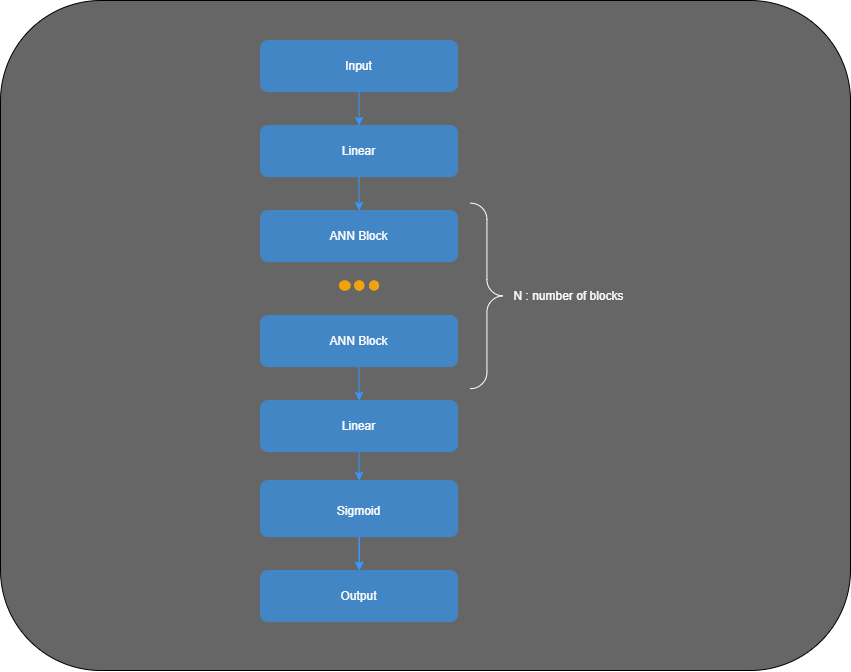
Before: docs/model_arch_ann_direct.png, a diagram exported from draw.io (metamaterials-capstone-su-22/metamaterials_ai). Source tidied: cells renumbered, new cells last; positions are measured from the earlier drawing's top-left corner, leaving out a move shared by most shapes.
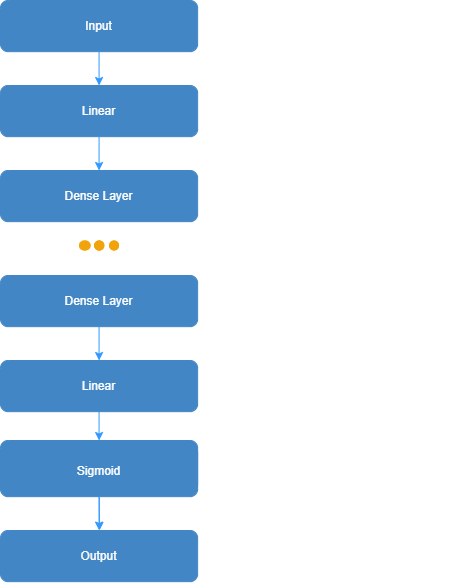
After the change.

Change to the diagram source:
```diff
@@ -1,87 +1,86 @@
 <mxGraphModel>
   <root>
-    <mxCell id="0" />
-    <mxCell id="1" value="Background" parent="0" />
-    <mxCell id="2" style="rounded=1;whiteSpace=wrap;html=1;fontSize=8;fontColor=#FFFFFF;strokeColor=default;fillColor=#666666;" parent="1" vertex="1">
-      <mxGeometry width="850" height="670" as="geometry" />
-    </mxCell>
-    <mxCell id="3" value="model" parent="0" />
-    <mxCell id="4" style="labelPosition=right;align=left;strokeWidth=1;shape=mxgraph.mockup.markup.curlyBrace;html=1;shadow=0;dashed=0;strokeColor=#FFFFFF;direction=north;labelBackgroundColor=none;fontColor=#FFFFFF;fillColor=#FF9933;rotation=-180;" parent="3" vertex="1">
-      <mxGeometry x="470" y="202.7" width="32.9" height="185.5" as="geometry" />
-    </mxCell>
+    <mxCell id="29" />
+    <mxCell id="30" value="Main" parent="29" />
+    <mxCell id="31" style="group;" parent="30" vertex="1">
+      <mxGeometry x="470" y="202.7" width="246.4" height="185.5" as="geometry" />
+    </mxCell>
+    <mxCell id="32" style="labelPosition=right;align=left;strokeWidth=1;shape=mxgraph.mockup.markup.curlyBrace;html=1;shadow=0;dashed=0;strokeColor=#FFFFFF;direction=north;labelBackgroundColor=none;fontColor=#FFFFFF;fillColor=#FF9933;rotation=-180;" parent="31" vertex="1">
+      <mxGeometry x="-8.6" width="32.9" height="185.5" as="geometry" />
+    </mxCell>
-    <mxCell id="5" value="N : number of blocks" style="text;html=1;align=center;verticalAlign=middle;fillColor=none;strokeColor=none;rounded=0;labelBackgroundColor=none;fontColor=#FFFFFF;" parent="3" vertex="1">
-      <mxGeometry x="502.9" y="285.8" width="130" height="20" as="geometry" />
+    <mxCell id="5" value="N : number of blocks" style="text;html=1;align=center;verticalAlign=middle;fillColor=none;strokeColor=none;rounded=0;labelBackgroundColor=none;fontColor=#FFFFFF;" parent="31" vertex="1">
+      <mxGeometry x="24.3" y="83.1" width="130" height="20" as="geometry" />
     </mxCell>
-    <mxCell id="6" value="Input" style="rounded=1;whiteSpace=wrap;html=1;labelBackgroundColor=none;fontColor=#FFFFFF;strokeColor=#4286C5;fillColor=#4286C5;" parent="3" vertex="1">
+    <mxCell id="6" value="Input" style="rounded=1;whiteSpace=wrap;html=1;labelBackgroundColor=none;fontColor=#FFFFFF;strokeColor=#4286C5;fillColor=#4286C5;" parent="30" vertex="1">
       <mxGeometry x="260" y="40" width="197.1" height="51.2" as="geometry" />
     </mxCell>
-    <mxCell id="7" value="Linear" style="rounded=1;whiteSpace=wrap;html=1;labelBackgroundColor=none;fontColor=#FFFFFF;strokeColor=#4286C5;fillColor=#4286C5;" parent="3" vertex="1">
-      <mxGeometry x="260" y="125" width="197.1" height="51.2" as="geometry" />
-    </mxCell>
-    <mxCell id="8" style="edgeStyle=none;html=1;labelBackgroundColor=none;fontColor=#FFFFFF;startArrow=none;startFill=0;endArrow=classic;endFill=1;strokeColor=#3399FF;" parent="3" edge="1" source="6" target="7">
-      <mxGeometry relative="1" as="geometry" />
-    </mxCell>
-    <mxCell id="9" value="ANN Block" style="rounded=1;whiteSpace=wrap;html=1;labelBackgroundColor=none;fontColor=#FFFFFF;strokeColor=#4286C5;fillColor=#4286C5;" parent="3" vertex="1">
-      <mxGeometry x="260" y="210" width="197.1" height="51.2" as="geometry" />
-    </mxCell>
-    <mxCell id="10" style="edgeStyle=none;html=1;labelBackgroundColor=none;fontColor=#FFFFFF;startArrow=none;startFill=0;endArrow=classic;endFill=1;strokeColor=#3399FF;" parent="3" edge="1" source="7" target="9">
-      <mxGeometry relative="1" as="geometry" />
-    </mxCell>
-    <mxCell id="11" value="Sigmoid" style="rounded=1;whiteSpace=wrap;html=1;labelBackgroundColor=none;fontColor=#FFFFFF;strokeColor=#4286C5;fillColor=#4286C5;" parent="3" vertex="1">
-      <mxGeometry x="260" y="480" width="197.1" height="51.2" as="geometry" />
-    </mxCell>
-    <mxCell id="12" style="edgeStyle=none;html=1;labelBackgroundColor=none;fontColor=#FFFFFF;startArrow=none;startFill=0;endArrow=classic;endFill=1;strokeColor=#3399FF;" parent="3" edge="1" source="11">
-      <mxGeometry relative="1" as="geometry">
-        <mxPoint x="358.6" y="569.5" as="targetPoint" />
-      </mxGeometry>
-    </mxCell>
-    <mxCell id="13" style="edgeStyle=none;html=1;strokeColor=#3399FF;" parent="3" edge="1" source="14" target="11">
-      <mxGeometry relative="1" as="geometry" />
-    </mxCell>
-    <mxCell id="14" value="Linear" style="rounded=1;whiteSpace=wrap;html=1;labelBackgroundColor=none;fontColor=#FFFFFF;strokeColor=#4286C5;fillColor=#4286C5;" parent="3" vertex="1">
-      <mxGeometry x="260" y="400" width="197.1" height="51.2" as="geometry" />
-    </mxCell>
-    <mxCell id="15" style="edgeStyle=none;html=1;strokeColor=#3399FF;" parent="3" edge="1" source="16" target="14">
-      <mxGeometry relative="1" as="geometry" />
-    </mxCell>
-    <mxCell id="16" value="ANN Block" style="rounded=1;whiteSpace=wrap;html=1;labelBackgroundColor=none;fontColor=#FFFFFF;strokeColor=#4286C5;fillColor=#4286C5;" parent="3" vertex="1">
-      <mxGeometry x="260" y="315" width="197.1" height="51.2" as="geometry" />
-    </mxCell>
-    <mxCell id="17" value="Sigmoid" style="rounded=1;whiteSpace=wrap;html=1;labelBackgroundColor=none;fontColor=#FFFFFF;strokeColor=#4286C5;fillColor=#4286C5;" parent="3" vertex="1">
-      <mxGeometry x="260" y="485" width="197.1" height="51.2" as="geometry" />
-    </mxCell>
+    <mxCell id="33" value="Linear" style="rounded=1;whiteSpace=wrap;html=1;labelBackgroundColor=none;fontColor=#FFFFFF;strokeColor=#4286C5;fillColor=#4286C5;" parent="30" vertex="1">
+      <mxGeometry x="260" y="125" width="197.1" height="51.2" as="geometry" />
+    </mxCell>
+    <mxCell id="34" style="edgeStyle=none;html=1;labelBackgroundColor=none;fontColor=#FFFFFF;startArrow=none;startFill=0;endArrow=classic;endFill=1;strokeColor=#3399FF;" parent="30" edge="1" source="6" target="33">
+      <mxGeometry relative="1" as="geometry" />
+    </mxCell>
+    <mxCell id="35" value="Dense Layer" style="rounded=1;whiteSpace=wrap;html=1;labelBackgroundColor=none;fontColor=#FFFFFF;strokeColor=#4286C5;fillColor=#4286C5;" parent="30" vertex="1">
+      <mxGeometry x="260" y="210" width="197.1" height="51.2" as="geometry" />
+    </mxCell>
+    <mxCell id="36" style="edgeStyle=none;html=1;labelBackgroundColor=none;fontColor=#FFFFFF;startArrow=none;startFill=0;endArrow=classic;endFill=1;strokeColor=#3399FF;" parent="30" edge="1" source="33" target="35">
+      <mxGeometry relative="1" as="geometry" />
+    </mxCell>
+    <mxCell id="37" value="Sigmoid" style="rounded=1;whiteSpace=wrap;html=1;labelBackgroundColor=none;fontColor=#FFFFFF;strokeColor=#4286C5;fillColor=#4286C5;" parent="30" vertex="1">
+      <mxGeometry x="260" y="480" width="197.1" height="51.2" as="geometry" />
+    </mxCell>
+    <mxCell id="38" style="edgeStyle=none;html=1;labelBackgroundColor=none;fontColor=#FFFFFF;startArrow=none;startFill=0;endArrow=classic;endFill=1;strokeColor=#3399FF;" parent="30" edge="1" source="37">
+      <mxGeometry relative="1" as="geometry">
+        <mxPoint x="358.6" y="569.5" as="targetPoint" />
+      </mxGeometry>
+    </mxCell>
+    <mxCell id="39" style="edgeStyle=none;html=1;strokeColor=#3399FF;" parent="30" edge="1" source="40" target="37">
+      <mxGeometry relative="1" as="geometry" />
+    </mxCell>
+    <mxCell id="40" value="Linear" style="rounded=1;whiteSpace=wrap;html=1;labelBackgroundColor=none;fontColor=#FFFFFF;strokeColor=#4286C5;fillColor=#4286C5;" parent="30" vertex="1">
+      <mxGeometry x="260" y="400" width="197.1" height="51.2" as="geometry" />
+    </mxCell>
+    <mxCell id="41" style="edgeStyle=none;html=1;strokeColor=#3399FF;" parent="30" edge="1" source="42" target="40">
+      <mxGeometry relative="1" as="geometry" />
+    </mxCell>
+    <mxCell id="42" value="Dense Layer" style="rounded=1;whiteSpace=wrap;html=1;labelBackgroundColor=none;fontColor=#FFFFFF;strokeColor=#4286C5;fillColor=#4286C5;" parent="30" vertex="1">
+      <mxGeometry x="260" y="315" width="197.1" height="51.2" as="geometry" />
+    </mxCell>
+    <mxCell id="43" value="Sigmoid" style="rounded=1;whiteSpace=wrap;html=1;labelBackgroundColor=none;fontColor=#FFFFFF;strokeColor=#4286C5;fillColor=#4286C5;" parent="30" vertex="1">
+      <mxGeometry x="260" y="485" width="197.1" height="51.2" as="geometry" />
+    </mxCell>
-    <mxCell id="18" value="Output" style="rounded=1;whiteSpace=wrap;html=1;labelBackgroundColor=none;fontColor=#FFFFFF;strokeColor=#4286C5;fillColor=#4286C5;" parent="3" vertex="1">
+    <mxCell id="18" value="Output" style="rounded=1;whiteSpace=wrap;html=1;labelBackgroundColor=none;fontColor=#FFFFFF;strokeColor=#4286C5;fillColor=#4286C5;" parent="30" vertex="1">
       <mxGeometry x="260" y="570" width="197.1" height="51.2" as="geometry" />
     </mxCell>
-    <mxCell id="19" style="edgeStyle=none;html=1;labelBackgroundColor=none;fontColor=#FFFFFF;startArrow=none;startFill=0;endArrow=classic;endFill=1;strokeColor=#3399FF;" parent="3" edge="1" source="17">
-      <mxGeometry relative="1" as="geometry">
-        <mxPoint x="359" y="570" as="targetPoint" />
-      </mxGeometry>
-    </mxCell>
-    <mxCell id="20" style="group;" parent="3" vertex="1">
-      <mxGeometry x="338.6" y="280" width="40" height="10" as="geometry" />
-    </mxCell>
-    <mxCell id="21" style="ellipse;fillColor=#F0A30A;strokeColor=none;labelBackgroundColor=none;fontColor=#FFFFFF;" parent="20" vertex="1">
-      <mxGeometry width="11.4" height="10" as="geometry" />
-    </mxCell>
-    <mxCell id="22" style="ellipse;fillColor=#F0A30A;strokeColor=none;labelBackgroundColor=none;fontColor=#FFFFFF;" parent="20" vertex="1">
-      <mxGeometry x="15" width="10" height="10" as="geometry" />
-    </mxCell>
-    <mxCell id="23" style="ellipse;fillColor=#F0A30A;strokeColor=none;labelBackgroundColor=none;fontColor=#FFFFFF;" parent="20" vertex="1">
-      <mxGeometry x="30" width="10" height="10" as="geometry" />
-    </mxCell>
+    <mxCell id="44" style="edgeStyle=none;html=1;labelBackgroundColor=none;fontColor=#FFFFFF;startArrow=none;startFill=0;endArrow=classic;endFill=1;strokeColor=#3399FF;" parent="30" edge="1" source="43">
+      <mxGeometry relative="1" as="geometry">
+        <mxPoint x="359" y="570" as="targetPoint" />
+      </mxGeometry>
+    </mxCell>
+    <mxCell id="45" style="group;" parent="30" vertex="1">
+      <mxGeometry x="338.6" y="280" width="40" height="10" as="geometry" />
+    </mxCell>
+    <mxCell id="46" style="ellipse;fillColor=#F0A30A;strokeColor=none;labelBackgroundColor=none;fontColor=#FFFFFF;" parent="45" vertex="1">
+      <mxGeometry width="11.4" height="10" as="geometry" />
+    </mxCell>
+    <mxCell id="47" style="ellipse;fillColor=#F0A30A;strokeColor=none;labelBackgroundColor=none;fontColor=#FFFFFF;" parent="45" vertex="1">
+      <mxGeometry x="15" width="10" height="10" as="geometry" />
+    </mxCell>
+    <mxCell id="48" style="ellipse;fillColor=#F0A30A;strokeColor=none;labelBackgroundColor=none;fontColor=#FFFFFF;" parent="45" vertex="1">
+      <mxGeometry x="30" width="10" height="10" as="geometry" />
+    </mxCell>
-    <mxCell id="24" style="group;" parent="20" vertex="1">
+    <mxCell id="24" style="group;" parent="45" vertex="1">
       <mxGeometry width="40" height="10" as="geometry" />
     </mxCell>
-    <mxCell id="25" style="ellipse;fillColor=#F0A30A;strokeColor=none;labelBackgroundColor=none;fontColor=#FFFFFF;" parent="24" vertex="1">
-      <mxGeometry width="11.4" height="10" as="geometry" />
-    </mxCell>
-    <mxCell id="26" style="ellipse;fillColor=#F0A30A;strokeColor=none;labelBackgroundColor=none;fontColor=#FFFFFF;" parent="24" vertex="1">
-      <mxGeometry x="15" width="10" height="10" as="geometry" />
-    </mxCell>
-    <mxCell id="27" style="ellipse;fillColor=#F0A30A;strokeColor=none;labelBackgroundColor=none;fontColor=#FFFFFF;" parent="24" vertex="1">
-      <mxGeometry x="30" width="10" height="10" as="geometry" />
-    </mxCell>
+    <mxCell id="49" style="ellipse;fillColor=#F0A30A;strokeColor=none;labelBackgroundColor=none;fontColor=#FFFFFF;" parent="24" vertex="1">
+      <mxGeometry width="11.4" height="10" as="geometry" />
+    </mxCell>
+    <mxCell id="50" style="ellipse;fillColor=#F0A30A;strokeColor=none;labelBackgroundColor=none;fontColor=#FFFFFF;" parent="24" vertex="1">
+      <mxGeometry x="15" width="10" height="10" as="geometry" />
+    </mxCell>
+    <mxCell id="51" style="ellipse;fillColor=#F0A30A;strokeColor=none;labelBackgroundColor=none;fontColor=#FFFFFF;" parent="24" vertex="1">
+      <mxGeometry x="30" width="10" height="10" as="geometry" />
+    </mxCell>
     <mxCell id="28" style="ellipse;fillColor=#F0A30A;strokeColor=none;labelBackgroundColor=none;fontColor=#FFFFFF;" parent="24" vertex="1">
       <mxGeometry x="15.4" width="10" height="10" as="geometry" />
     </mxCell>
```
